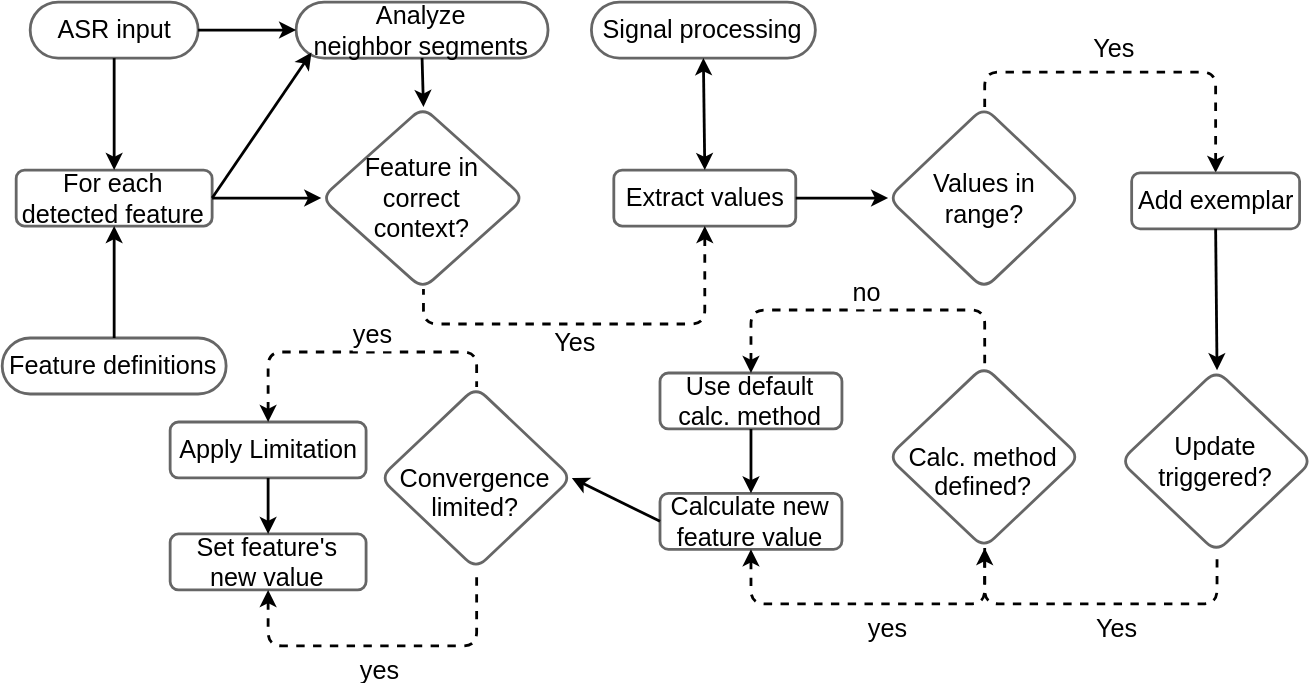
The draw.io diagram figures/pipeline.svg in raveheran/phd_dissertation, before a commit. Source tidied: cells renumbered, new cells last; positions are measured from the earlier drawing's top-left corner, leaving out a move shared by most shapes.
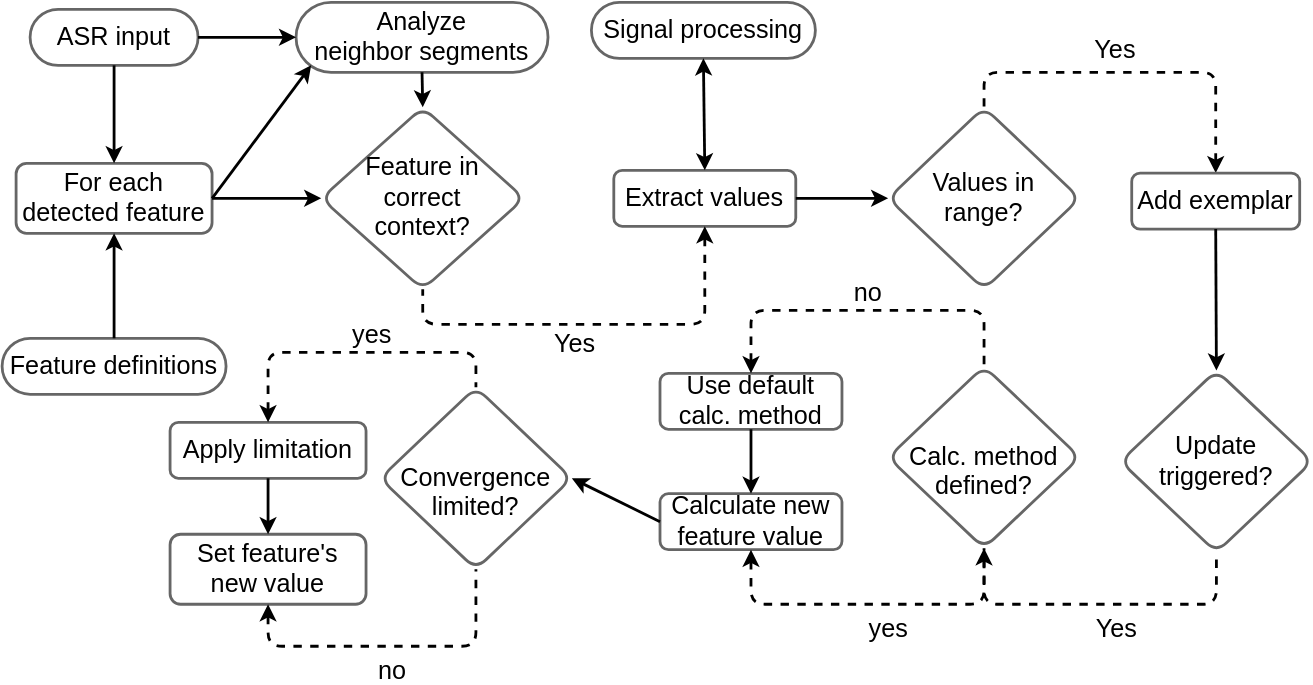
The same file after the commit.

The edit, as a diff of the source:
```diff
@@ -3,13 +3,13 @@
     <mxCell id="0" />
     <mxCell id="1" parent="0" />
     <mxCell id="2" value="&lt;div style=&quot;text-align: center&quot;&gt;&lt;span&gt;ASR input&lt;/span&gt;&lt;/div&gt;" style="rounded=1;whiteSpace=wrap;html=1;shadow=0;glass=0;comic=0;labelBackgroundColor=none;strokeColor=#666666;strokeWidth=2;fillColor=none;gradientColor=none;fontFamily=Helvetica;fontSize=18;fontColor=#000000;align=center;arcSize=50;" parent="1" vertex="1">
-      <mxGeometry x="20" width="120" height="40" as="geometry" />
+      <mxGeometry x="20" y="5" width="120" height="40" as="geometry" />
     </mxCell>
     <mxCell id="3" value="&lt;div style=&quot;text-align: center&quot;&gt;&lt;span&gt;Feature definitions&lt;/span&gt;&lt;/div&gt;" style="rounded=1;whiteSpace=wrap;html=1;shadow=0;glass=0;comic=0;labelBackgroundColor=none;strokeColor=#666666;strokeWidth=2;fillColor=none;gradientColor=none;fontFamily=Helvetica;fontSize=18;fontColor=#000000;align=center;arcSize=50;" parent="1" vertex="1">
       <mxGeometry y="240" width="160" height="40" as="geometry" />
     </mxCell>
     <mxCell id="4" value="&lt;div style=&quot;text-align: center&quot;&gt;&lt;span&gt;For each detected feature&lt;/span&gt;&lt;/div&gt;" style="rounded=1;whiteSpace=wrap;html=1;shadow=0;glass=0;comic=0;labelBackgroundColor=none;strokeColor=#666666;strokeWidth=2;fillColor=none;gradientColor=none;fontFamily=Helvetica;fontSize=18;fontColor=#000000;align=center;" parent="1" vertex="1">
-      <mxGeometry x="10" y="120" width="140" height="40" as="geometry" />
+      <mxGeometry x="10" y="115" width="140" height="50" as="geometry" />
     </mxCell>
     <mxCell id="5" value="&lt;div style=&quot;text-align: center&quot;&gt;Feature in&lt;/div&gt;&lt;div style=&quot;text-align: center&quot;&gt;correct&lt;/div&gt;&lt;div style=&quot;text-align: center&quot;&gt;context?&lt;/div&gt;" style="rhombus;whiteSpace=wrap;html=1;shadow=0;glass=0;comic=0;labelBackgroundColor=none;strokeColor=#666666;strokeWidth=2;fillColor=none;gradientColor=none;fontFamily=Helvetica;fontSize=18;fontColor=#000000;align=center;rounded=1;" parent="1" vertex="1">
       <mxGeometry x="228" y="75" width="145" height="130" as="geometry" />
@@ -21,7 +21,7 @@
       <mxGeometry relative="1" as="geometry" />
     </mxCell>
     <mxCell id="8" value="&lt;div style=&quot;text-align: center&quot;&gt;&lt;span&gt;Analyze neighbor&amp;nbsp;segments&lt;/span&gt;&lt;/div&gt;" style="rounded=1;whiteSpace=wrap;html=1;shadow=0;glass=0;comic=0;labelBackgroundColor=none;strokeColor=#666666;strokeWidth=2;fillColor=none;gradientColor=none;fontFamily=Helvetica;fontSize=18;fontColor=#000000;align=center;arcSize=50;" parent="1" vertex="1">
-      <mxGeometry x="210" width="180" height="40" as="geometry" />
+      <mxGeometry x="210" width="180" height="50" as="geometry" />
     </mxCell>
     <mxCell id="9" style="endArrow=classic;html=1;shadow=0;labelBackgroundColor=none;strokeColor=#000000;strokeWidth=2;fontFamily=Helvetica;fontSize=18;fontColor=#000000;align=left;exitX=1;exitY=0.5;entryX=0.06;entryY=0.9;entryPerimeter=0;" parent="1" edge="1" source="4" target="8">
       <mxGeometry relative="1" as="geometry" />
@@ -125,12 +125,12 @@
       <mxGeometry x="0.1" y="-2" relative="1" as="geometry" />
     </mxCell>
     <mxCell id="36" value="&lt;div style=&quot;text-align: center&quot;&gt;&lt;span&gt;Set feature's new value&lt;/span&gt;&lt;/div&gt;" style="rounded=1;whiteSpace=wrap;html=1;shadow=0;glass=0;comic=0;labelBackgroundColor=none;strokeColor=#666666;strokeWidth=2;fillColor=none;gradientColor=none;fontFamily=Helvetica;fontSize=18;fontColor=#000000;align=center;" parent="1" vertex="1">
-      <mxGeometry x="120" y="380" width="140" height="40" as="geometry" />
+      <mxGeometry x="120" y="380" width="140" height="50" as="geometry" />
     </mxCell>
     <mxCell id="37" style="endArrow=classic;html=1;shadow=0;labelBackgroundColor=none;strokeColor=#000000;strokeWidth=2;fontFamily=Helvetica;fontSize=18;fontColor=#000000;align=left;exitX=0;exitY=0.5;entryX=1;entryY=0.5;" parent="1" edge="1" source="32" target="28">
       <mxGeometry relative="1" as="geometry" />
     </mxCell>
-    <mxCell id="38" value="&lt;div style=&quot;text-align: center&quot;&gt;Apply Limitation&lt;/div&gt;" style="rounded=1;whiteSpace=wrap;html=1;shadow=0;glass=0;comic=0;labelBackgroundColor=none;strokeColor=#666666;strokeWidth=2;fillColor=none;gradientColor=none;fontFamily=Helvetica;fontSize=18;fontColor=#000000;align=center;" parent="1" vertex="1">
+    <mxCell id="38" value="&lt;div style=&quot;text-align: center&quot;&gt;Apply limitation&lt;/div&gt;" style="rounded=1;whiteSpace=wrap;html=1;shadow=0;glass=0;comic=0;labelBackgroundColor=none;strokeColor=#666666;strokeWidth=2;fillColor=none;gradientColor=none;fontFamily=Helvetica;fontSize=18;fontColor=#000000;align=center;" parent="1" vertex="1">
       <mxGeometry x="120" y="300" width="140" height="40" as="geometry" />
     </mxCell>
     <mxCell id="39" style="endArrow=none;html=1;shadow=0;labelBackgroundColor=none;strokeColor=#000000;strokeWidth=2;fontFamily=Helvetica;fontSize=18;fontColor=#000000;align=left;entryX=0.5;entryY=0;exitX=0.5;exitY=0;edgeStyle=elbowEdgeStyle;elbow=vertical;startArrow=classic;startFill=1;endFill=0;dashed=1;" parent="1" edge="1" source="38" target="28">
@@ -153,7 +153,7 @@
         </Array>
       </mxGeometry>
     </mxCell>
-    <mxCell id="43" value="yes" style="text;html=1;align=right;verticalAlign=middle;labelBackgroundColor=#ffffff;fontSize=18;fontFamily=Helvetica;fontColor=#000000;spacingTop=30;spacingBottom=0;" parent="42" vertex="1">
+    <mxCell id="43" value="no" style="text;html=1;align=right;verticalAlign=middle;labelBackgroundColor=#ffffff;fontSize=18;fontFamily=Helvetica;fontColor=#000000;spacingTop=30;spacingBottom=0;" parent="42" vertex="1">
       <mxGeometry x="0.1" y="-2" relative="1" as="geometry" />
     </mxCell>
   </root>
```
